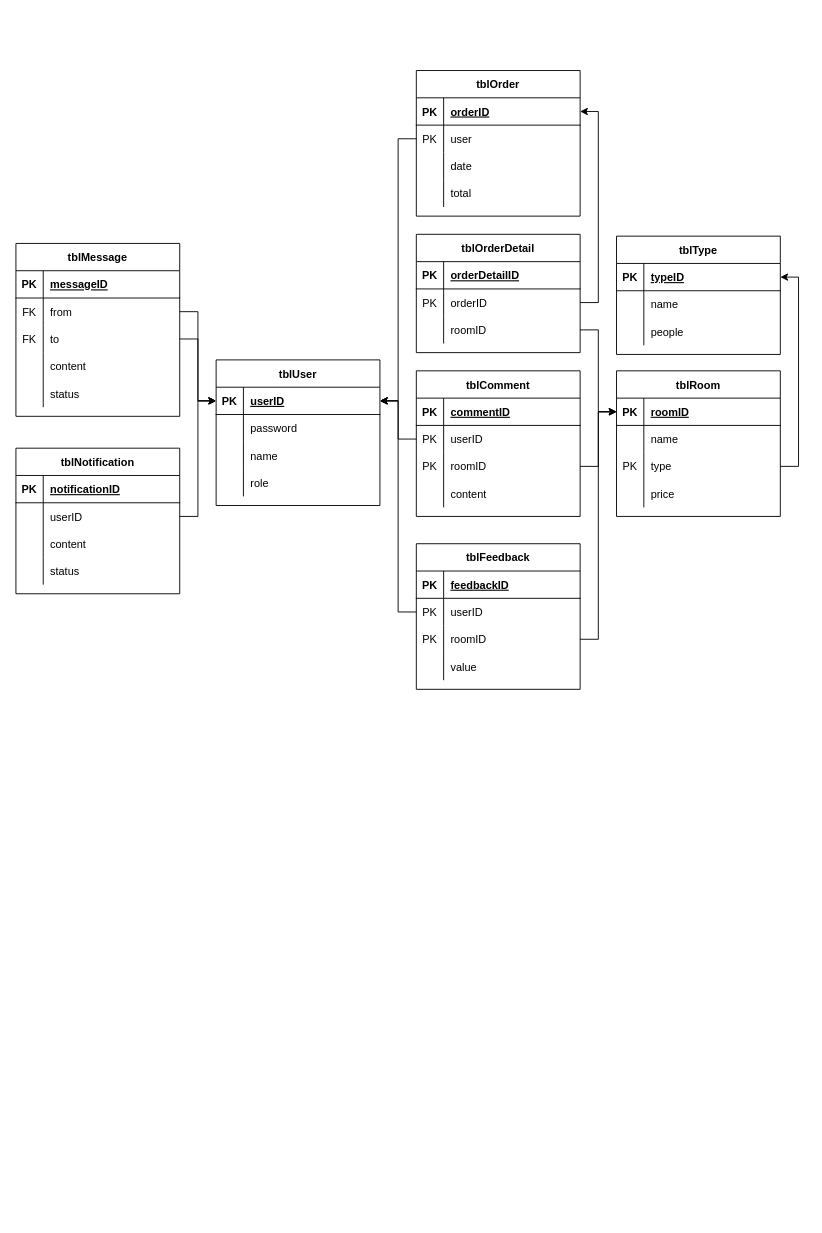
This is Database/PRN292_Assignment.drawio from passion-Infinity/PRN292_Assignment, a draw.io file, before an edit. Source tidied: cells renumbered, new cells numbered last; positions are measured from the earlier drawing's top-left corner, leaving out a move shared by most shapes. Both pictures are drawn from the tidied source at 91%, with x=0, y=0 at pixel (15, 70).
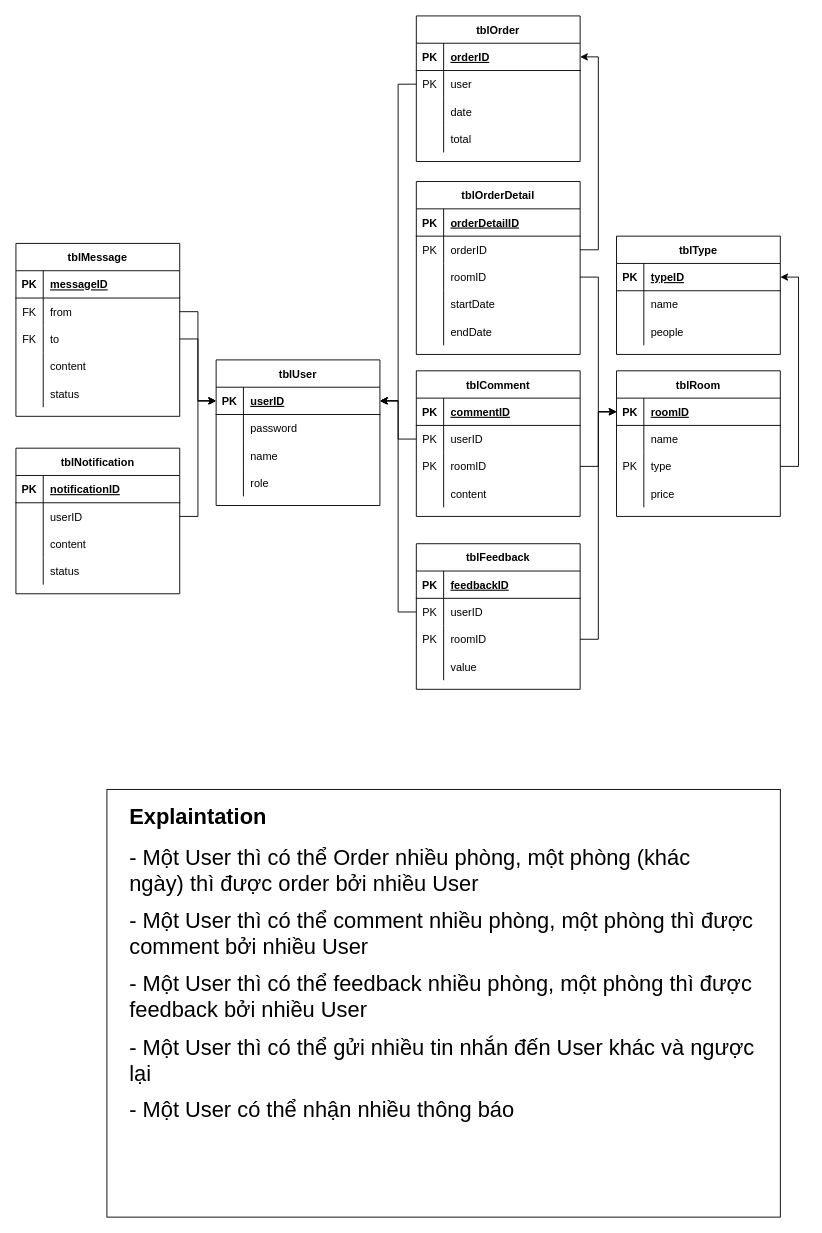
The same diagram, later.

Change to the diagram source:
```diff
@@
+    <mxCell id="127" style="rounded=0;whiteSpace=wrap;html=1;" parent="1" vertex="1">
+      <mxGeometry x="100" y="790" width="740" height="470" as="geometry" />
+    </mxCell>
@@
     <mxCell id="25" value="tblOrder" style="shape=table;startSize=30;childLayout=tableLayout;rowLines=0;fontStyle=1;align=center;" parent="1" vertex="1">
-      <mxGeometry x="440" width="180" height="160" as="geometry" />
+      <mxGeometry x="440" y="-60" width="180" height="160" as="geometry" />
     </mxCell>
@@
     <mxCell id="38" value="tblOrderDetail" style="shape=table;startSize=30;childLayout=tableLayout;rowLines=0;fontStyle=1;align=center;" parent="1" vertex="1">
-      <mxGeometry x="440" y="180" width="180" height="130" as="geometry" />
+      <mxGeometry x="440" y="122" width="180" height="190" as="geometry" />
     </mxCell>
@@
+    <mxCell id="128" style="shape=partialRectangle;fillColor=none;top=0;left=0;bottom=0;right=0;" parent="38" vertex="1">
+      <mxGeometry y="120" width="180" height="30" as="geometry" />
+    </mxCell>
+    <mxCell id="129" style="shape=partialRectangle;fillColor=none;top=0;left=0;bottom=0;right=0;overflow=hidden;" parent="128" vertex="1">
+      <mxGeometry width="30" height="30" as="geometry" />
+    </mxCell>
+    <mxCell id="130" value="startDate" style="shape=partialRectangle;fillColor=none;top=0;left=0;bottom=0;right=0;align=left;spacingLeft=6;overflow=hidden;" parent="128" vertex="1">
+      <mxGeometry x="30" width="150" height="30" as="geometry" />
+    </mxCell>
+    <mxCell id="131" style="shape=partialRectangle;fillColor=none;top=0;left=0;bottom=0;right=0;" parent="38" vertex="1">
+      <mxGeometry y="150" width="180" height="30" as="geometry" />
+    </mxCell>
+    <mxCell id="132" style="shape=partialRectangle;fillColor=none;top=0;left=0;bottom=0;right=0;overflow=hidden;" parent="131" vertex="1">
+      <mxGeometry width="30" height="30" as="geometry" />
+    </mxCell>
+    <mxCell id="133" value="endDate" style="shape=partialRectangle;fillColor=none;top=0;left=0;bottom=0;right=0;align=left;spacingLeft=6;overflow=hidden;" parent="131" vertex="1">
+      <mxGeometry x="30" width="150" height="30" as="geometry" />
+    </mxCell>
@@
+    <mxCell id="134" value="&lt;h1&gt;Explaintation&lt;/h1&gt;&lt;p&gt;&lt;font style=&quot;font-size: 24px&quot;&gt;- Một User thì có thể Order nhiều phòng, một phòng (khác ngày)&amp;nbsp;&lt;/font&gt;&lt;span style=&quot;font-size: 24px&quot;&gt;thì được order bởi nhiều User&lt;/span&gt;&lt;/p&gt;&lt;p&gt;&lt;font style=&quot;font-size: 24px&quot;&gt;- Một User thì có thể comment nhiều phòng, một phòng thì được comment bởi nhiều User&lt;/font&gt;&lt;/p&gt;&lt;p&gt;&lt;font style=&quot;font-size: 24px&quot;&gt;- Một User thì có thể feedback nhiều phòng, một phòng thì được feedback bởi nhiều User&lt;/font&gt;&lt;/p&gt;&lt;p&gt;&lt;font style=&quot;font-size: 24px&quot;&gt;- Một User thì có thể gửi nhiều tin nhắn đến User khác và ngược lại&lt;/font&gt;&lt;/p&gt;&lt;p&gt;&lt;font style=&quot;font-size: 24px&quot;&gt;- Một User có thể nhận nhiều thông báo&lt;/font&gt;&lt;/p&gt;" style="text;html=1;strokeColor=none;fillColor=none;spacing=5;spacingTop=-20;whiteSpace=wrap;overflow=hidden;rounded=0;" parent="1" vertex="1">
+      <mxGeometry x="120" y="800" width="700" height="440" as="geometry" />
+    </mxCell>
```
